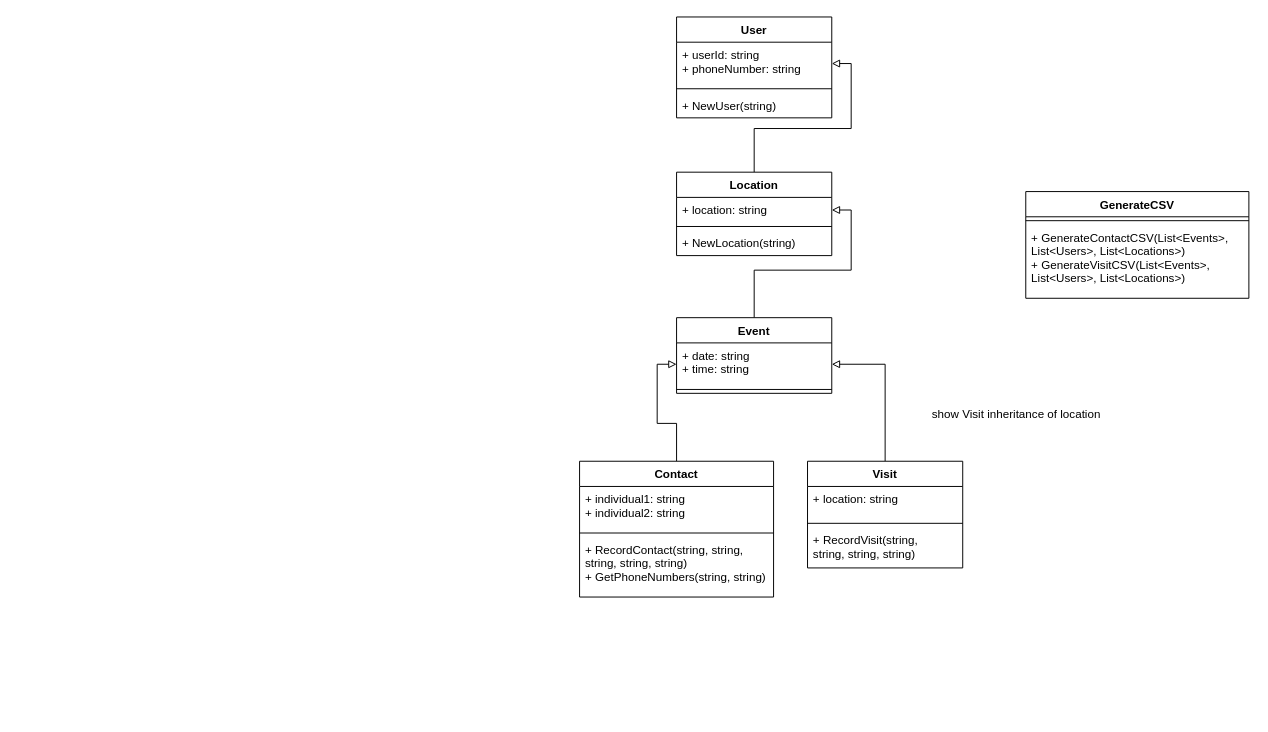
CamyH/TrackTraceSystemPrototype keeps this draw.io diagram as TrackTrace Class Diagram.drawio. Above is the earlier version. Source tidied: cells renumbered, new cells numbered last; positions are measured from the earlier drawing's top-left corner, leaving out a move shared by most shapes. Both pictures are drawn from the tidied source at 97%, with x=0, y=0 at pixel (579, 16).
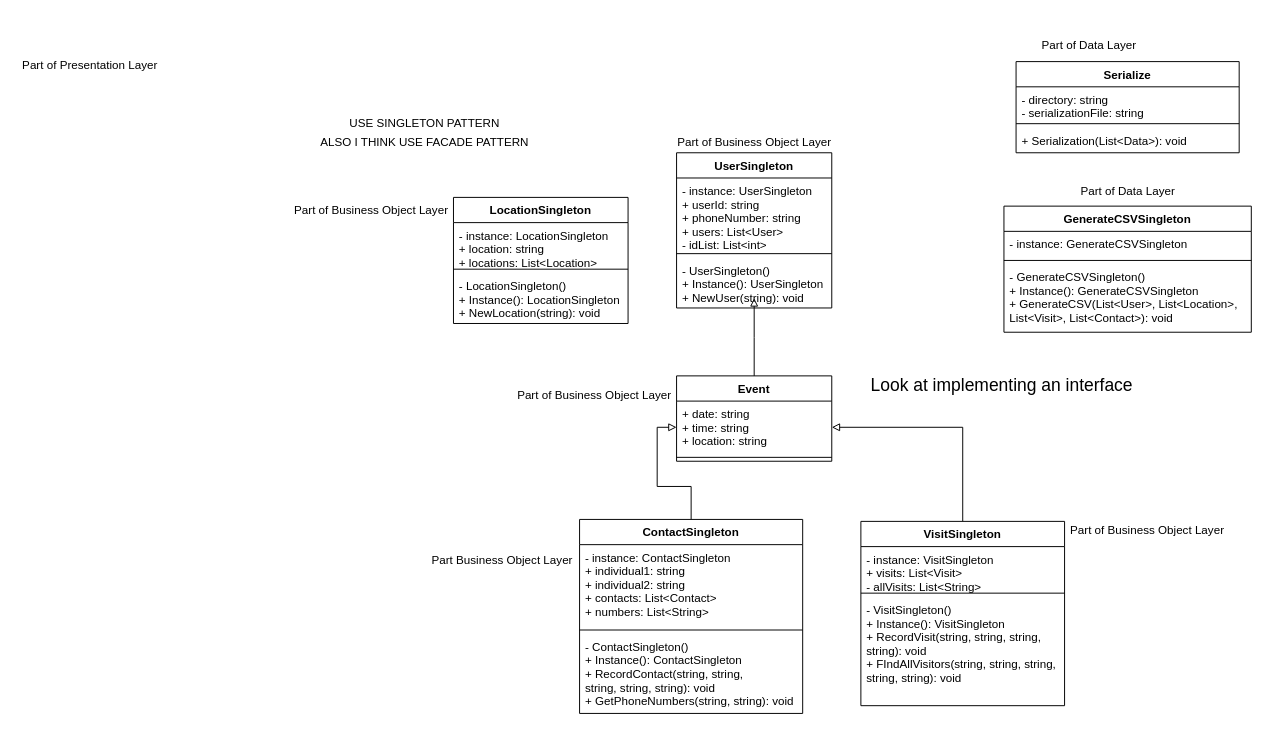
Above is the later version.

What changed in the source:
```diff
@@
-    <mxCell id="2" value="User&#10;" style="swimlane;fontStyle=1;align=center;verticalAlign=top;horizontal=1;startSize=26;" parent="1" vertex="1">
-      <mxGeometry x="100" width="160" height="104" as="geometry" />
+    <mxCell id="2" value="UserSingleton&#10;" style="swimlane;fontStyle=1;align=center;verticalAlign=top;horizontal=1;startSize=26;" parent="1" vertex="1">
+      <mxGeometry x="100" y="140" width="160" height="160" as="geometry" />
     </mxCell>
-    <mxCell id="3" value="+ userId: string&#10;+ phoneNumber: string" style="text;strokeColor=none;fillColor=none;align=left;verticalAlign=top;spacingLeft=4;spacingRight=4;overflow=hidden;points=[[0,0.5],[1,0.5]];portConstraint=eastwest;" parent="2" vertex="1">
-      <mxGeometry y="26" width="160" height="44" as="geometry" />
+    <mxCell id="3" value="- instance: UserSingleton&#10;+ userId: string&#10;+ phoneNumber: string&#10;+ users: List&lt;User&gt;&#10;- idList: List&lt;int&gt;" style="text;strokeColor=none;fillColor=none;align=left;verticalAlign=top;spacingLeft=4;spacingRight=4;overflow=hidden;points=[[0,0.5],[1,0.5]];portConstraint=eastwest;" parent="2" vertex="1">
+      <mxGeometry y="26" width="160" height="74" as="geometry" />
     </mxCell>
     <mxCell id="4" style="line;strokeWidth=1;fillColor=none;align=left;verticalAlign=middle;spacingTop=-1;spacingLeft=3;spacingRight=3;labelPosition=right;" parent="2" vertex="1">
-      <mxGeometry y="70" width="160" height="8" as="geometry" />
+      <mxGeometry y="100" width="160" height="8" as="geometry" />
     </mxCell>
-    <mxCell id="5" value="+ NewUser(string)" style="text;strokeColor=none;fillColor=none;align=left;verticalAlign=top;spacingLeft=4;spacingRight=4;overflow=hidden;" parent="2" vertex="1">
-      <mxGeometry y="78" width="160" height="26" as="geometry" />
+    <mxCell id="5" value="- UserSingleton()&#10;+ Instance(): UserSingleton&#10;+ NewUser(string): void" style="text;strokeColor=none;fillColor=none;align=left;verticalAlign=top;spacingLeft=4;spacingRight=4;overflow=hidden;" parent="2" vertex="1">
+      <mxGeometry y="108" width="160" height="52" as="geometry" />
     </mxCell>
@@
-    <mxCell id="7" value="Visit" style="swimlane;fontStyle=1;align=center;verticalAlign=top;horizontal=1;startSize=26;" parent="1" vertex="1">
-      <mxGeometry x="235" y="458" width="160" height="110" as="geometry" />
+    <mxCell id="7" value="VisitSingleton" style="swimlane;fontStyle=1;align=center;verticalAlign=top;horizontal=1;startSize=26;" parent="1" vertex="1">
+      <mxGeometry x="290" y="520" width="210" height="190" as="geometry" />
     </mxCell>
-    <mxCell id="8" value="+ location: string" style="text;strokeColor=none;fillColor=none;align=left;verticalAlign=top;spacingLeft=4;spacingRight=4;overflow=hidden;" parent="7" vertex="1">
-      <mxGeometry y="26" width="160" height="34" as="geometry" />
+    <mxCell id="8" value="- instance: VisitSingleton&#10;+ visits: List&lt;Visit&gt;&#10;- allVisits: List&lt;String&gt;" style="text;strokeColor=none;fillColor=none;align=left;verticalAlign=top;spacingLeft=4;spacingRight=4;overflow=hidden;" parent="7" vertex="1">
+      <mxGeometry y="26" width="210" height="44" as="geometry" />
     </mxCell>
     <mxCell id="9" style="line;strokeWidth=1;fillColor=none;align=left;verticalAlign=middle;spacingTop=-1;spacingLeft=3;spacingRight=3;labelPosition=right;" parent="7" vertex="1">
-      <mxGeometry y="60" width="160" height="8" as="geometry" />
+      <mxGeometry y="70" width="210" height="8" as="geometry" />
     </mxCell>
-    <mxCell id="10" value="+ RecordVisit(string, &#10;string, string, string)" style="text;strokeColor=none;fillColor=none;align=left;verticalAlign=top;spacingLeft=4;spacingRight=4;overflow=hidden;" parent="7" vertex="1">
-      <mxGeometry y="68" width="160" height="42" as="geometry" />
+    <mxCell id="10" value="- VisitSingleton()&#10;+ Instance(): VisitSingleton&#10;+ RecordVisit(string, string, string, &#10;string): void&#10;+ FIndAllVisitors(string, string, string, &#10;string, string): void" style="text;strokeColor=none;fillColor=none;align=left;verticalAlign=top;spacingLeft=4;spacingRight=4;overflow=hidden;" parent="7" vertex="1">
+      <mxGeometry y="78" width="210" height="112" as="geometry" />
     </mxCell>
@@
-    <mxCell id="12" value="Contact" style="swimlane;fontStyle=1;align=center;verticalAlign=top;horizontal=1;startSize=26;" parent="1" vertex="1">
-      <mxGeometry y="458" width="200" height="140" as="geometry" />
+    <mxCell id="12" value="ContactSingleton" style="swimlane;fontStyle=1;align=center;verticalAlign=top;horizontal=1;startSize=26;" parent="1" vertex="1">
+      <mxGeometry y="518" width="230" height="200" as="geometry" />
     </mxCell>
-    <mxCell id="13" value="+ individual1: string&#10;+ individual2: string" style="text;strokeColor=none;fillColor=none;align=left;verticalAlign=top;spacingLeft=4;spacingRight=4;overflow=hidden;" parent="12" vertex="1">
-      <mxGeometry y="26" width="200" height="44" as="geometry" />
+    <mxCell id="13" value="- instance: ContactSingleton&#10;+ individual1: string&#10;+ individual2: string&#10;+ contacts: List&lt;Contact&gt;&#10;+ numbers: List&lt;String&gt;" style="text;strokeColor=none;fillColor=none;align=left;verticalAlign=top;spacingLeft=4;spacingRight=4;overflow=hidden;" parent="12" vertex="1">
+      <mxGeometry y="26" width="230" height="84" as="geometry" />
     </mxCell>
     <mxCell id="14" style="line;strokeWidth=1;fillColor=none;align=left;verticalAlign=middle;spacingTop=-1;spacingLeft=3;spacingRight=3;labelPosition=right;" parent="12" vertex="1">
-      <mxGeometry y="70" width="200" height="8" as="geometry" />
+      <mxGeometry y="110" width="230" height="8" as="geometry" />
     </mxCell>
-    <mxCell id="15" value="+ RecordContact(string, string, &#10;string, string, string)&#10;+ GetPhoneNumbers(string, string)" style="text;strokeColor=none;fillColor=none;align=left;verticalAlign=top;spacingLeft=4;spacingRight=4;overflow=hidden;" parent="12" vertex="1">
-      <mxGeometry y="78" width="200" height="62" as="geometry" />
+    <mxCell id="15" value="- ContactSingleton()&#10;+ Instance(): ContactSingleton&#10;+ RecordContact(string, string, &#10;string, string, string): void&#10;+ GetPhoneNumbers(string, string): void" style="text;strokeColor=none;fillColor=none;align=left;verticalAlign=top;spacingLeft=4;spacingRight=4;overflow=hidden;" parent="12" vertex="1">
+      <mxGeometry y="118" width="230" height="82" as="geometry" />
     </mxCell>
-    <mxCell id="16" style="edgeStyle=orthogonalEdgeStyle;rounded=0;jettySize=auto;html=1;endArrow=block;endFill=0;" parent="1" edge="1" source="17" target="3">
-      <mxGeometry relative="1" as="geometry" />
-    </mxCell>
-    <mxCell id="17" value="Location" style="swimlane;fontStyle=1;align=center;verticalAlign=top;horizontal=1;startSize=26;" parent="1" vertex="1">
-      <mxGeometry x="100" y="160" width="160" height="86" as="geometry" />
+    <mxCell id="17" value="LocationSingleton" style="swimlane;fontStyle=1;align=center;verticalAlign=top;horizontal=1;startSize=26;" parent="1" vertex="1">
+      <mxGeometry x="-130" y="186" width="180" height="130" as="geometry" />
     </mxCell>
-    <mxCell id="18" value="+ location: string" style="text;strokeColor=none;fillColor=none;align=left;verticalAlign=top;spacingLeft=4;spacingRight=4;overflow=hidden;points=[[0,0.5],[1,0.5]];portConstraint=eastwest;" parent="17" vertex="1">
-      <mxGeometry y="26" width="160" height="26" as="geometry" />
+    <mxCell id="18" value="- instance: LocationSingleton&#10;+ location: string&#10;+ locations: List&lt;Location&gt;" style="text;strokeColor=none;fillColor=none;align=left;verticalAlign=top;spacingLeft=4;spacingRight=4;overflow=hidden;points=[[0,0.5],[1,0.5]];portConstraint=eastwest;" parent="17" vertex="1">
+      <mxGeometry y="26" width="180" height="44" as="geometry" />
     </mxCell>
     <mxCell id="19" style="line;strokeWidth=1;fillColor=none;align=left;verticalAlign=middle;spacingTop=-1;spacingLeft=3;spacingRight=3;labelPosition=right;" parent="17" vertex="1">
-      <mxGeometry y="52" width="160" height="8" as="geometry" />
+      <mxGeometry y="70" width="180" height="8" as="geometry" />
     </mxCell>
-    <mxCell id="20" value="+ NewLocation(string)" style="text;strokeColor=none;fillColor=none;align=left;verticalAlign=top;spacingLeft=4;spacingRight=4;overflow=hidden;" parent="17" vertex="1">
-      <mxGeometry y="60" width="160" height="26" as="geometry" />
+    <mxCell id="20" value="- LocationSingleton()&#10;+ Instance(): LocationSingleton&#10;+ NewLocation(string): void" style="text;strokeColor=none;fillColor=none;align=left;verticalAlign=top;spacingLeft=4;spacingRight=4;overflow=hidden;" parent="17" vertex="1">
+      <mxGeometry y="78" width="180" height="52" as="geometry" />
     </mxCell>
-    <mxCell id="21" style="edgeStyle=orthogonalEdgeStyle;rounded=0;jettySize=auto;html=1;entryX=1;entryY=0.5;entryDx=0;entryDy=0;endArrow=block;endFill=0;" parent="1" edge="1" source="22" target="18">
-      <mxGeometry relative="1" as="geometry" />
-    </mxCell>
+    <mxCell id="29" style="edgeStyle=orthogonalEdgeStyle;rounded=0;jettySize=auto;html=1;endArrow=block;endFill=0;" parent="1" edge="1" source="22">
+      <mxGeometry relative="1" as="geometry">
+        <mxPoint x="180" y="290" as="targetPoint" />
+      </mxGeometry>
+    </mxCell>
     <mxCell id="22" value="Event" style="swimlane;fontStyle=1;align=center;verticalAlign=top;horizontal=1;startSize=26;" parent="1" vertex="1">
-      <mxGeometry x="100" y="310" width="160" height="78" as="geometry" />
+      <mxGeometry x="100" y="370" width="160" height="88" as="geometry" />
     </mxCell>
-    <mxCell id="23" value="+ date: string&#10;+ time: string" style="text;strokeColor=none;fillColor=none;align=left;verticalAlign=top;spacingLeft=4;spacingRight=4;overflow=hidden;points=[[0,0.5],[1,0.5]];portConstraint=eastwest;" parent="22" vertex="1">
-      <mxGeometry y="26" width="160" height="44" as="geometry" />
+    <mxCell id="23" value="+ date: string&#10;+ time: string&#10;+ location: string" style="text;strokeColor=none;fillColor=none;align=left;verticalAlign=top;spacingLeft=4;spacingRight=4;overflow=hidden;points=[[0,0.5],[1,0.5]];portConstraint=eastwest;" parent="22" vertex="1">
+      <mxGeometry y="26" width="160" height="54" as="geometry" />
     </mxCell>
     <mxCell id="24" style="line;strokeWidth=1;fillColor=none;align=left;verticalAlign=middle;spacingTop=-1;spacingLeft=3;spacingRight=3;labelPosition=right;" parent="22" vertex="1">
-      <mxGeometry y="70" width="160" height="8" as="geometry" />
+      <mxGeometry y="80" width="160" height="8" as="geometry" />
     </mxCell>
-    <mxCell id="25" value="show Visit inheritance of location" style="text;html=1;align=center;verticalAlign=middle;" parent="1" vertex="1">
-      <mxGeometry x="355" y="400" width="190" height="20" as="geometry" />
-    </mxCell>
-    <mxCell id="26" value="GenerateCSV" style="swimlane;fontStyle=1;align=center;verticalAlign=top;horizontal=1;startSize=26;" parent="1" vertex="1">
-      <mxGeometry x="460" y="180" width="230" height="110" as="geometry" />
-    </mxCell>
-    <mxCell id="27" style="line;strokeWidth=1;fillColor=none;align=left;verticalAlign=middle;spacingTop=-1;spacingLeft=3;spacingRight=3;labelPosition=right;" parent="26" vertex="1">
-      <mxGeometry y="26" width="230" height="8" as="geometry" />
-    </mxCell>
-    <mxCell id="28" value="+ GenerateContactCSV(List&lt;Events&gt;, &#10;List&lt;Users&gt;, List&lt;Locations&gt;)&#10;+ GenerateVisitCSV(List&lt;Events&gt;, &#10;List&lt;Users&gt;, List&lt;Locations&gt;)" style="text;strokeColor=none;fillColor=none;align=left;verticalAlign=top;spacingLeft=4;spacingRight=4;overflow=hidden;" parent="26" vertex="1">
-      <mxGeometry y="34" width="230" height="76" as="geometry" />
-    </mxCell>
+    <mxCell id="30" value="Part of Presentation Layer" style="text;html=1;align=center;verticalAlign=middle;" parent="1" vertex="1">
+      <mxGeometry x="-580" y="40" width="150" height="20" as="geometry" />
+    </mxCell>
+    <mxCell id="31" value="Part of Business Object Layer" style="text;html=1;align=center;verticalAlign=middle;" parent="1" vertex="1">
+      <mxGeometry x="-300" y="190" width="170" height="20" as="geometry" />
+    </mxCell>
+    <mxCell id="32" value="Part of Data Layer" style="text;html=1;align=center;verticalAlign=middle;" parent="1" vertex="1">
+      <mxGeometry x="470" y="20" width="110" height="20" as="geometry" />
+    </mxCell>
+    <mxCell id="33" value="Part of Business Object Layer" style="text;html=1;align=center;verticalAlign=middle;" parent="1" vertex="1">
+      <mxGeometry x="-70" y="380" width="170" height="20" as="geometry" />
+    </mxCell>
+    <mxCell id="34" value="Part Business Object Layer" style="text;html=1;align=center;verticalAlign=middle;" parent="1" vertex="1">
+      <mxGeometry x="-160" y="550" width="160" height="20" as="geometry" />
+    </mxCell>
+    <mxCell id="35" value="Part of Business Object Layer" style="text;html=1;align=center;verticalAlign=middle;" parent="1" vertex="1">
+      <mxGeometry x="500" y="520" width="170" height="20" as="geometry" />
+    </mxCell>
+    <mxCell id="36" value="Serialize" style="swimlane;fontStyle=1;align=center;verticalAlign=top;horizontal=1;startSize=26;" parent="1" vertex="1">
+      <mxGeometry x="450" y="46" width="230" height="94" as="geometry" />
+    </mxCell>
+    <mxCell id="37" value="- directory: string&#10;- serializationFile: string" style="text;strokeColor=none;fillColor=none;align=left;verticalAlign=top;spacingLeft=4;spacingRight=4;overflow=hidden;" parent="36" vertex="1">
+      <mxGeometry y="26" width="230" height="34" as="geometry" />
+    </mxCell>
+    <mxCell id="38" style="line;strokeWidth=1;fillColor=none;align=left;verticalAlign=middle;spacingTop=-1;spacingLeft=3;spacingRight=3;labelPosition=right;" parent="36" vertex="1">
+      <mxGeometry y="60" width="230" height="8" as="geometry" />
+    </mxCell>
+    <mxCell id="39" value="+ Serialization(List&lt;Data&gt;): void" style="text;strokeColor=none;fillColor=none;align=left;verticalAlign=top;spacingLeft=4;spacingRight=4;overflow=hidden;" parent="36" vertex="1">
+      <mxGeometry y="68" width="230" height="26" as="geometry" />
+    </mxCell>
+    <mxCell id="40" value="Part of Data Layer" style="text;html=1;align=center;verticalAlign=middle;" parent="1" vertex="1">
+      <mxGeometry x="510" y="170" width="110" height="20" as="geometry" />
+    </mxCell>
+    <mxCell id="41" value="USE SINGLETON PATTERN" style="text;html=1;align=center;verticalAlign=middle;" parent="1" vertex="1">
+      <mxGeometry x="-245" y="100" width="170" height="20" as="geometry" />
+    </mxCell>
+    <mxCell id="42" value="ALSO I THINK USE FACADE PATTERN" style="text;html=1;align=center;verticalAlign=middle;" parent="1" vertex="1">
+      <mxGeometry x="-275" y="120" width="230" height="20" as="geometry" />
+    </mxCell>
+    <mxCell id="43" value="GenerateCSVSingleton" style="swimlane;fontStyle=1;align=center;verticalAlign=top;horizontal=1;startSize=26;" parent="1" vertex="1">
+      <mxGeometry x="437.5" y="195" width="255" height="130" as="geometry" />
+    </mxCell>
+    <mxCell id="44" value="- instance: GenerateCSVSingleton" style="text;strokeColor=none;fillColor=none;align=left;verticalAlign=top;spacingLeft=4;spacingRight=4;overflow=hidden;" parent="43" vertex="1">
+      <mxGeometry y="26" width="255" height="26" as="geometry" />
+    </mxCell>
+    <mxCell id="45" style="line;strokeWidth=1;fillColor=none;align=left;verticalAlign=middle;spacingTop=-1;spacingLeft=3;spacingRight=3;labelPosition=right;" parent="43" vertex="1">
+      <mxGeometry y="52" width="255" height="8" as="geometry" />
+    </mxCell>
+    <mxCell id="46" value="- GenerateCSVSingleton()&#10;+ Instance(): GenerateCSVSingleton&#10;+ GenerateCSV(List&lt;User&gt;, List&lt;Location&gt;,  &#10;List&lt;Visit&gt;, List&lt;Contact&gt;): void" style="text;strokeColor=none;fillColor=none;align=left;verticalAlign=top;spacingLeft=4;spacingRight=4;overflow=hidden;" parent="43" vertex="1">
+      <mxGeometry y="60" width="255" height="70" as="geometry" />
+    </mxCell>
+    <mxCell id="47" value="Part of Business Object Layer" style="text;html=1;align=center;verticalAlign=middle;" parent="1" vertex="1">
+      <mxGeometry x="95" y="120" width="170" height="20" as="geometry" />
+    </mxCell>
+    <mxCell id="48" value="&lt;font style=&quot;font-size: 18px&quot;&gt;Look at implementing an interface&lt;/font&gt;" style="text;html=1;align=center;verticalAlign=middle;" parent="1" vertex="1">
+      <mxGeometry x="290" y="370" width="290" height="20" as="geometry" />
+    </mxCell>
```
